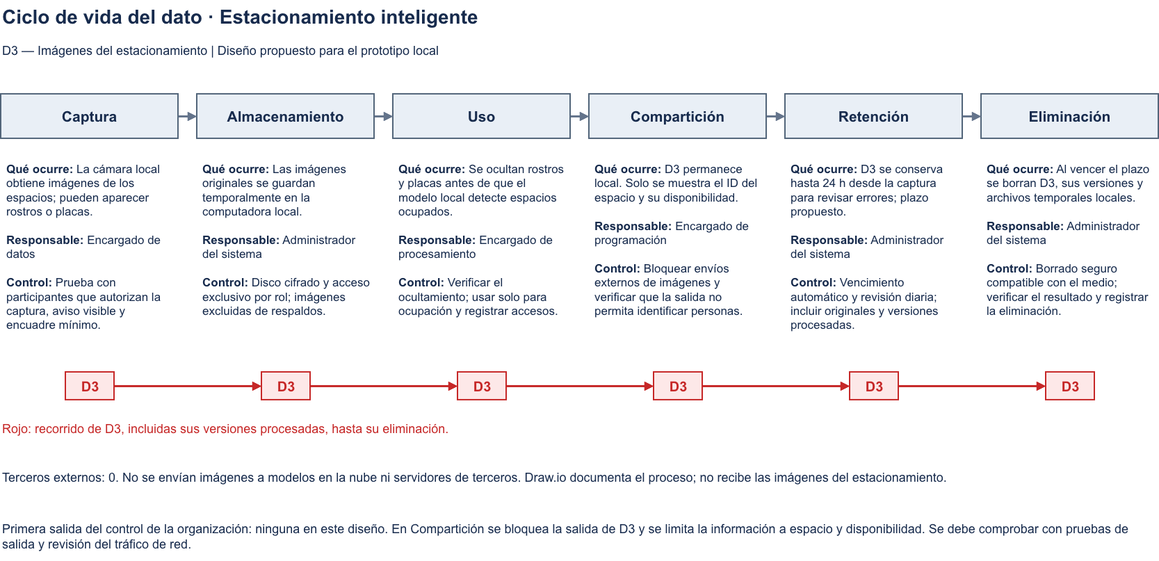
Before: laboratorios/semana04/ciclo_vida_dato_proyecto.png, a diagram exported from draw.io (axelemiliano008-spec/ia-aplicada-2026). Source tidied: cells renumbered, new cells last; positions are measured from the earlier drawing's top-left corner, leaving out a move shared by most shapes.
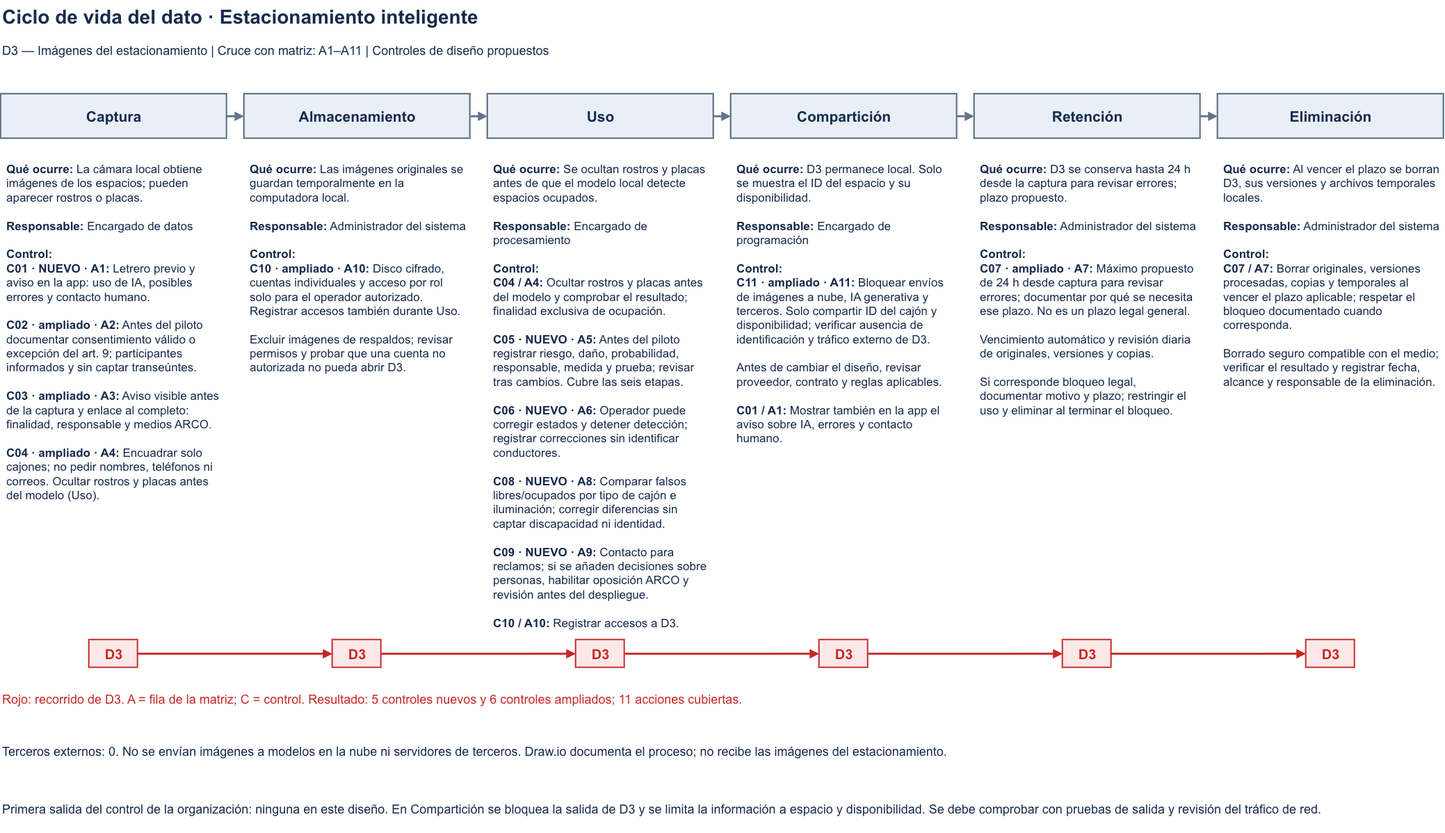
After the change.

Commit message:
Semana 4: cruza matriz y diagrama de ciclo de vida

Añade cinco controles nuevos y amplía seis existentes. Relaciona las once acciones de la matriz con controles y etapas, actualiza el PNG editable e incorpora el reporte de validación.

Diff of the diagram source:
```diff
@@ -3,28 +3,28 @@
     <mxCell id="0" />
     <mxCell id="1" parent="0" />
     <mxCell id="2" value="Ciclo de vida del dato · Estacionamiento inteligente" style="text;html=1;whiteSpace=wrap;align=left;verticalAlign=middle;fontFamily=Arial;fontColor=#172B4D;fontSize=28;fontStyle=1;" parent="1" vertex="1">
-      <mxGeometry width="1650" height="48" as="geometry" />
+      <mxGeometry width="2075" height="48" as="geometry" />
     </mxCell>
-    <mxCell id="3" value="D3 — Imágenes del estacionamiento | Diseño propuesto para el prototipo local" style="text;html=1;whiteSpace=wrap;align=left;verticalAlign=middle;fontFamily=Arial;fontColor=#172B4D;fontSize=18;" parent="1" vertex="1">
-      <mxGeometry y="57" width="1650" height="32" as="geometry" />
+    <mxCell id="3" value="D3 — Imágenes del estacionamiento | Cruce con matriz: A1–A11 | Controles de diseño propuestos" style="text;html=1;whiteSpace=wrap;align=left;verticalAlign=middle;fontFamily=Arial;fontColor=#172B4D;fontSize=18;" parent="1" vertex="1">
+      <mxGeometry y="57" width="2075" height="32" as="geometry" />
     </mxCell>
     <mxCell id="4" value="Captura" style="rounded=0;whiteSpace=wrap;html=1;fillColor=#E9EFF6;strokeColor=#52657A;strokeWidth=2;fontFamily=Arial;fontSize=21;fontStyle=1;fontColor=#172B4D;" parent="1" vertex="1">
-      <mxGeometry y="135" width="255" height="64" as="geometry" />
+      <mxGeometry y="135" width="325" height="64" as="geometry" />
     </mxCell>
-    <mxCell id="5" value="&lt;b&gt;Qué ocurre:&lt;/b&gt; La cámara local obtiene imágenes de los espacios; pueden aparecer rostros o placas.&lt;br&gt;&lt;br&gt;&lt;b&gt;Responsable:&lt;/b&gt; Encargado de datos&lt;br&gt;&lt;br&gt;&lt;b&gt;Control:&lt;/b&gt; Prueba con participantes que autorizan la captura, aviso visible y encuadre mínimo." style="text;html=1;whiteSpace=wrap;align=left;verticalAlign=middle;fontFamily=Arial;fontColor=#172B4D;fontSize=17;verticalAlign=top;spacing=8;" parent="1" vertex="1">
-      <mxGeometry y="221" width="255" height="275" as="geometry" />
+    <mxCell id="5" value="&lt;b&gt;Qué ocurre:&lt;/b&gt; La cámara local obtiene imágenes de los espacios; pueden aparecer rostros o placas.&lt;br&gt;&lt;br&gt;&lt;b&gt;Responsable:&lt;/b&gt; Encargado de datos&lt;br&gt;&lt;br&gt;&lt;b&gt;Control:&lt;/b&gt;&lt;br&gt;&lt;b&gt;C01 · NUEVO · A1:&lt;/b&gt; Letrero previo y aviso en la app: uso de IA, posibles errores y contacto humano.&lt;br&gt;&lt;br&gt;&lt;b&gt;C02 · ampliado · A2:&lt;/b&gt; Antes del piloto documentar consentimiento válido o excepción del art. 9; participantes informados y sin captar transeúntes.&lt;br&gt;&lt;br&gt;&lt;b&gt;C03 · ampliado · A3:&lt;/b&gt; Aviso visible antes de la captura y enlace al completo: finalidad, responsable y medios ARCO.&lt;br&gt;&lt;br&gt;&lt;b&gt;C04 · ampliado · A4:&lt;/b&gt; Encuadrar solo cajones; no pedir nombres, teléfonos ni correos. Ocultar rostros y placas antes del modelo (Uso)." style="text;html=1;whiteSpace=wrap;align=left;verticalAlign=middle;fontFamily=Arial;fontColor=#172B4D;fontSize=17;verticalAlign=top;spacing=8;" parent="1" vertex="1">
+      <mxGeometry y="221" width="325" height="680" as="geometry" />
     </mxCell>
     <mxCell id="6" value="D3" style="rounded=0;html=1;fillColor=#FDE8E8;strokeColor=#C62828;strokeWidth=2;fontFamily=Arial;fontSize=20;fontStyle=1;fontColor=#C62828;" parent="1" vertex="1">
-      <mxGeometry x="93" y="535" width="70" height="40" as="geometry" />
+      <mxGeometry x="127" y="920" width="70" height="40" as="geometry" />
     </mxCell>
     <mxCell id="7" value="Almacenamiento" style="rounded=0;whiteSpace=wrap;html=1;fillColor=#E9EFF6;strokeColor=#52657A;strokeWidth=2;fontFamily=Arial;fontSize=21;fontStyle=1;fontColor=#172B4D;" parent="1" vertex="1">
-      <mxGeometry x="282" y="135" width="255" height="64" as="geometry" />
+      <mxGeometry x="350" y="135" width="325" height="64" as="geometry" />
     </mxCell>
-    <mxCell id="8" value="&lt;b&gt;Qué ocurre:&lt;/b&gt; Las imágenes originales se guardan temporalmente en la computadora local.&lt;br&gt;&lt;br&gt;&lt;b&gt;Responsable:&lt;/b&gt; Administrador del sistema&lt;br&gt;&lt;br&gt;&lt;b&gt;Control:&lt;/b&gt; Disco cifrado y acceso exclusivo por rol; imágenes excluidas de respaldos." style="text;html=1;whiteSpace=wrap;align=left;verticalAlign=middle;fontFamily=Arial;fontColor=#172B4D;fontSize=17;verticalAlign=top;spacing=8;" parent="1" vertex="1">
-      <mxGeometry x="282" y="221" width="255" height="275" as="geometry" />
+    <mxCell id="8" value="&lt;b&gt;Qué ocurre:&lt;/b&gt; Las imágenes originales se guardan temporalmente en la computadora local.&lt;br&gt;&lt;br&gt;&lt;b&gt;Responsable:&lt;/b&gt; Administrador del sistema&lt;br&gt;&lt;br&gt;&lt;b&gt;Control:&lt;/b&gt;&lt;br&gt;&lt;b&gt;C10 · ampliado · A10:&lt;/b&gt; Disco cifrado, cuentas individuales y acceso por rol solo para el operador autorizado. Registrar accesos también durante Uso.&lt;br&gt;&lt;br&gt;Excluir imágenes de respaldos; revisar permisos y probar que una cuenta no autorizada no pueda abrir D3." style="text;html=1;whiteSpace=wrap;align=left;verticalAlign=middle;fontFamily=Arial;fontColor=#172B4D;fontSize=17;verticalAlign=top;spacing=8;" parent="1" vertex="1">
+      <mxGeometry x="350" y="221" width="325" height="680" as="geometry" />
     </mxCell>
     <mxCell id="9" value="D3" style="rounded=0;html=1;fillColor=#FDE8E8;strokeColor=#C62828;strokeWidth=2;fontFamily=Arial;fontSize=20;fontStyle=1;fontColor=#C62828;" parent="1" vertex="1">
-      <mxGeometry x="375" y="535" width="70" height="40" as="geometry" />
+      <mxGeometry x="477" y="920" width="70" height="40" as="geometry" />
     </mxCell>
     <mxCell id="10" style="edgeStyle=orthogonalEdgeStyle;rounded=0;html=1;endArrow=block;endFill=1;strokeWidth=3;strokeColor=#64748B;" parent="1" edge="1" source="4" target="7">
       <mxGeometry relative="1" as="geometry" />
@@ -33,13 +33,13 @@
       <mxGeometry relative="1" as="geometry" />
     </mxCell>
     <mxCell id="12" value="Uso" style="rounded=0;whiteSpace=wrap;html=1;fillColor=#E9EFF6;strokeColor=#52657A;strokeWidth=2;fontFamily=Arial;fontSize=21;fontStyle=1;fontColor=#172B4D;" parent="1" vertex="1">
-      <mxGeometry x="564" y="135" width="255" height="64" as="geometry" />
+      <mxGeometry x="700" y="135" width="325" height="64" as="geometry" />
     </mxCell>
-    <mxCell id="13" value="&lt;b&gt;Qué ocurre:&lt;/b&gt; Se ocultan rostros y placas antes de que el modelo local detecte espacios ocupados.&lt;br&gt;&lt;br&gt;&lt;b&gt;Responsable:&lt;/b&gt; Encargado de procesamiento&lt;br&gt;&lt;br&gt;&lt;b&gt;Control:&lt;/b&gt; Verificar el ocultamiento; usar solo para ocupación y registrar accesos." style="text;html=1;whiteSpace=wrap;align=left;verticalAlign=middle;fontFamily=Arial;fontColor=#172B4D;fontSize=17;verticalAlign=top;spacing=8;" parent="1" vertex="1">
-      <mxGeometry x="564" y="221" width="255" height="275" as="geometry" />
+    <mxCell id="13" value="&lt;b&gt;Qué ocurre:&lt;/b&gt; Se ocultan rostros y placas antes de que el modelo local detecte espacios ocupados.&lt;br&gt;&lt;br&gt;&lt;b&gt;Responsable:&lt;/b&gt; Encargado de procesamiento&lt;br&gt;&lt;br&gt;&lt;b&gt;Control:&lt;/b&gt;&lt;br&gt;&lt;b&gt;C04 / A4:&lt;/b&gt; Ocultar rostros y placas antes del modelo y comprobar el resultado; finalidad exclusiva de ocupación.&lt;br&gt;&lt;br&gt;&lt;b&gt;C05 · NUEVO · A5:&lt;/b&gt; Antes del piloto registrar riesgo, daño, probabilidad, responsable, medida y prueba; revisar tras cambios. Cubre las seis etapas.&lt;br&gt;&lt;br&gt;&lt;b&gt;C06 · NUEVO · A6:&lt;/b&gt; Operador puede corregir estados y detener detección; registrar correcciones sin identificar conductores.&lt;br&gt;&lt;br&gt;&lt;b&gt;C08 · NUEVO · A8:&lt;/b&gt; Comparar falsos libres/ocupados por tipo de cajón e iluminación; corregir diferencias sin captar discapacidad ni identidad.&lt;br&gt;&lt;br&gt;&lt;b&gt;C09 · NUEVO · A9:&lt;/b&gt; Contacto para reclamos; si se añaden decisiones sobre personas, habilitar oposición ARCO y revisión antes del despliegue.&lt;br&gt;&lt;br&gt;&lt;b&gt;C10 / A10:&lt;/b&gt; Registrar accesos a D3." style="text;html=1;whiteSpace=wrap;align=left;verticalAlign=middle;fontFamily=Arial;fontColor=#172B4D;fontSize=17;verticalAlign=top;spacing=8;" parent="1" vertex="1">
+      <mxGeometry x="700" y="221" width="325" height="680" as="geometry" />
     </mxCell>
     <mxCell id="14" value="D3" style="rounded=0;html=1;fillColor=#FDE8E8;strokeColor=#C62828;strokeWidth=2;fontFamily=Arial;fontSize=20;fontStyle=1;fontColor=#C62828;" parent="1" vertex="1">
-      <mxGeometry x="657" y="535" width="70" height="40" as="geometry" />
+      <mxGeometry x="827" y="920" width="70" height="40" as="geometry" />
     </mxCell>
     <mxCell id="15" style="edgeStyle=orthogonalEdgeStyle;rounded=0;html=1;endArrow=block;endFill=1;strokeWidth=3;strokeColor=#64748B;" parent="1" edge="1" source="7" target="12">
       <mxGeometry relative="1" as="geometry" />
@@ -48,13 +48,13 @@
       <mxGeometry relative="1" as="geometry" />
     </mxCell>
     <mxCell id="17" value="Compartición" style="rounded=0;whiteSpace=wrap;html=1;fillColor=#E9EFF6;strokeColor=#52657A;strokeWidth=2;fontFamily=Arial;fontSize=21;fontStyle=1;fontColor=#172B4D;" parent="1" vertex="1">
-      <mxGeometry x="846" y="135" width="255" height="64" as="geometry" />
+      <mxGeometry x="1050" y="135" width="325" height="64" as="geometry" />
     </mxCell>
-    <mxCell id="18" value="&lt;b&gt;Qué ocurre:&lt;/b&gt; D3 permanece local. Solo se muestra el ID del espacio y su disponibilidad.&lt;br&gt;&lt;br&gt;&lt;b&gt;Responsable:&lt;/b&gt; Encargado de programación&lt;br&gt;&lt;br&gt;&lt;b&gt;Control:&lt;/b&gt; Bloquear envíos externos de imágenes y verificar que la salida no permita identificar personas." style="text;html=1;whiteSpace=wrap;align=left;verticalAlign=middle;fontFamily=Arial;fontColor=#172B4D;fontSize=17;verticalAlign=top;spacing=8;" parent="1" vertex="1">
-      <mxGeometry x="846" y="221" width="255" height="275" as="geometry" />
+    <mxCell id="18" value="&lt;b&gt;Qué ocurre:&lt;/b&gt; D3 permanece local. Solo se muestra el ID del espacio y su disponibilidad.&lt;br&gt;&lt;br&gt;&lt;b&gt;Responsable:&lt;/b&gt; Encargado de programación&lt;br&gt;&lt;br&gt;&lt;b&gt;Control:&lt;/b&gt;&lt;br&gt;&lt;b&gt;C11 · ampliado · A11:&lt;/b&gt; Bloquear envíos de imágenes a nube, IA generativa y terceros. Solo compartir ID del cajón y disponibilidad; verificar ausencia de identificación y tráfico externo de D3.&lt;br&gt;&lt;br&gt;Antes de cambiar el diseño, revisar proveedor, contrato y reglas aplicables.&lt;br&gt;&lt;br&gt;&lt;b&gt;C01 / A1:&lt;/b&gt; Mostrar también en la app el aviso sobre IA, errores y contacto humano." style="text;html=1;whiteSpace=wrap;align=left;verticalAlign=middle;fontFamily=Arial;fontColor=#172B4D;fontSize=17;verticalAlign=top;spacing=8;" parent="1" vertex="1">
+      <mxGeometry x="1050" y="221" width="325" height="680" as="geometry" />
     </mxCell>
     <mxCell id="19" value="D3" style="rounded=0;html=1;fillColor=#FDE8E8;strokeColor=#C62828;strokeWidth=2;fontFamily=Arial;fontSize=20;fontStyle=1;fontColor=#C62828;" parent="1" vertex="1">
-      <mxGeometry x="939" y="535" width="70" height="40" as="geometry" />
+      <mxGeometry x="1177" y="920" width="70" height="40" as="geometry" />
     </mxCell>
     <mxCell id="20" style="edgeStyle=orthogonalEdgeStyle;rounded=0;html=1;endArrow=block;endFill=1;strokeWidth=3;strokeColor=#64748B;" parent="1" edge="1" source="12" target="17">
       <mxGeometry relative="1" as="geometry" />
@@ -63,13 +63,13 @@
       <mxGeometry relative="1" as="geometry" />
     </mxCell>
     <mxCell id="22" value="Retención" style="rounded=0;whiteSpace=wrap;html=1;fillColor=#E9EFF6;strokeColor=#52657A;strokeWidth=2;fontFamily=Arial;fontSize=21;fontStyle=1;fontColor=#172B4D;" parent="1" vertex="1">
-      <mxGeometry x="1128" y="135" width="255" height="64" as="geometry" />
+      <mxGeometry x="1400" y="135" width="325" height="64" as="geometry" />
     </mxCell>
-    <mxCell id="23" value="&lt;b&gt;Qué ocurre:&lt;/b&gt; D3 se conserva hasta 24 h desde la captura para revisar errores; plazo propuesto.&lt;br&gt;&lt;br&gt;&lt;b&gt;Responsable:&lt;/b&gt; Administrador del sistema&lt;br&gt;&lt;br&gt;&lt;b&gt;Control:&lt;/b&gt; Vencimiento automático y revisión diaria; incluir originales y versiones procesadas." style="text;html=1;whiteSpace=wrap;align=left;verticalAlign=middle;fontFamily=Arial;fontColor=#172B4D;fontSize=17;verticalAlign=top;spacing=8;" parent="1" vertex="1">
-      <mxGeometry x="1128" y="221" width="255" height="275" as="geometry" />
+    <mxCell id="23" value="&lt;b&gt;Qué ocurre:&lt;/b&gt; D3 se conserva hasta 24 h desde la captura para revisar errores; plazo propuesto.&lt;br&gt;&lt;br&gt;&lt;b&gt;Responsable:&lt;/b&gt; Administrador del sistema&lt;br&gt;&lt;br&gt;&lt;b&gt;Control:&lt;/b&gt;&lt;br&gt;&lt;b&gt;C07 · ampliado · A7:&lt;/b&gt; Máximo propuesto de 24 h desde captura para revisar errores; documentar por qué se necesita ese plazo. No es un plazo legal general.&lt;br&gt;&lt;br&gt;Vencimiento automático y revisión diaria de originales, versiones y copias.&lt;br&gt;&lt;br&gt;Si corresponde bloqueo legal, documentar motivo y plazo; restringir el uso y eliminar al terminar el bloqueo." style="text;html=1;whiteSpace=wrap;align=left;verticalAlign=middle;fontFamily=Arial;fontColor=#172B4D;fontSize=17;verticalAlign=top;spacing=8;" parent="1" vertex="1">
+      <mxGeometry x="1400" y="221" width="325" height="680" as="geometry" />
     </mxCell>
     <mxCell id="24" value="D3" style="rounded=0;html=1;fillColor=#FDE8E8;strokeColor=#C62828;strokeWidth=2;fontFamily=Arial;fontSize=20;fontStyle=1;fontColor=#C62828;" parent="1" vertex="1">
-      <mxGeometry x="1221" y="535" width="70" height="40" as="geometry" />
+      <mxGeometry x="1527" y="920" width="70" height="40" as="geometry" />
     </mxCell>
     <mxCell id="25" style="edgeStyle=orthogonalEdgeStyle;rounded=0;html=1;endArrow=block;endFill=1;strokeWidth=3;strokeColor=#64748B;" parent="1" edge="1" source="17" target="22">
       <mxGeometry relative="1" as="geometry" />
@@ -78,13 +78,13 @@
       <mxGeometry relative="1" as="geometry" />
     </mxCell>
     <mxCell id="27" value="Eliminación" style="rounded=0;whiteSpace=wrap;html=1;fillColor=#E9EFF6;strokeColor=#52657A;strokeWidth=2;fontFamily=Arial;fontSize=21;fontStyle=1;fontColor=#172B4D;" parent="1" vertex="1">
-      <mxGeometry x="1410" y="135" width="255" height="64" as="geometry" />
+      <mxGeometry x="1750" y="135" width="325" height="64" as="geometry" />
     </mxCell>
-    <mxCell id="28" value="&lt;b&gt;Qué ocurre:&lt;/b&gt; Al vencer el plazo se borran D3, sus versiones y archivos temporales locales.&lt;br&gt;&lt;br&gt;&lt;b&gt;Responsable:&lt;/b&gt; Administrador del sistema&lt;br&gt;&lt;br&gt;&lt;b&gt;Control:&lt;/b&gt; Borrado seguro compatible con el medio; verificar el resultado y registrar la eliminación." style="text;html=1;whiteSpace=wrap;align=left;verticalAlign=middle;fontFamily=Arial;fontColor=#172B4D;fontSize=17;verticalAlign=top;spacing=8;" parent="1" vertex="1">
-      <mxGeometry x="1410" y="221" width="255" height="275" as="geometry" />
+    <mxCell id="28" value="&lt;b&gt;Qué ocurre:&lt;/b&gt; Al vencer el plazo se borran D3, sus versiones y archivos temporales locales.&lt;br&gt;&lt;br&gt;&lt;b&gt;Responsable:&lt;/b&gt; Administrador del sistema&lt;br&gt;&lt;br&gt;&lt;b&gt;Control:&lt;/b&gt;&lt;br&gt;&lt;b&gt;C07 / A7:&lt;/b&gt; Borrar originales, versiones procesadas, copias y temporales al vencer el plazo aplicable; respetar el bloqueo documentado cuando corresponda.&lt;br&gt;&lt;br&gt;Borrado seguro compatible con el medio; verificar el resultado y registrar fecha, alcance y responsable de la eliminación." style="text;html=1;whiteSpace=wrap;align=left;verticalAlign=middle;fontFamily=Arial;fontColor=#172B4D;fontSize=17;verticalAlign=top;spacing=8;" parent="1" vertex="1">
+      <mxGeometry x="1750" y="221" width="325" height="680" as="geometry" />
     </mxCell>
     <mxCell id="29" value="D3" style="rounded=0;html=1;fillColor=#FDE8E8;strokeColor=#C62828;strokeWidth=2;fontFamily=Arial;fontSize=20;fontStyle=1;fontColor=#C62828;" parent="1" vertex="1">
-      <mxGeometry x="1503" y="535" width="70" height="40" as="geometry" />
+      <mxGeometry x="1877" y="920" width="70" height="40" as="geometry" />
     </mxCell>
     <mxCell id="30" style="edgeStyle=orthogonalEdgeStyle;rounded=0;html=1;endArrow=block;endFill=1;strokeWidth=3;strokeColor=#64748B;" parent="1" edge="1" source="22" target="27">
       <mxGeometry relative="1" as="geometry" />
@@ -92,14 +92,14 @@
     <mxCell id="31" style="edgeStyle=orthogonalEdgeStyle;rounded=0;html=1;endArrow=block;endFill=1;strokeWidth=3;strokeColor=#C62828;" parent="1" edge="1" source="24" target="29">
       <mxGeometry relative="1" as="geometry" />
     </mxCell>
-    <mxCell id="32" value="Rojo: recorrido de D3, incluidas sus versiones procesadas, hasta su eliminación." style="text;html=1;whiteSpace=wrap;align=left;verticalAlign=middle;fontFamily=Arial;fontColor=#172B4D;fontSize=18;fontColor=#C62828;" parent="1" vertex="1">
-      <mxGeometry y="599" width="1650" height="36" as="geometry" />
+    <mxCell id="32" value="Rojo: recorrido de D3. A = fila de la matriz; C = control. Resultado: 5 controles nuevos y 6 controles ampliados; 11 acciones cubiertas." style="text;html=1;whiteSpace=wrap;align=left;verticalAlign=middle;fontFamily=Arial;fontColor=#172B4D;fontSize=18;fontColor=#C62828;" parent="1" vertex="1">
+      <mxGeometry y="985" width="2075" height="42" as="geometry" />
     </mxCell>
     <mxCell id="33" value="Terceros externos: 0. No se envían imágenes a modelos en la nube ni servidores de terceros. Draw.io documenta el proceso; no recibe las imágenes del estacionamiento." style="text;html=1;whiteSpace=wrap;align=left;verticalAlign=middle;fontFamily=Arial;fontColor=#172B4D;fontSize=18;" parent="1" vertex="1">
-      <mxGeometry y="656" width="1665" height="62" as="geometry" />
+      <mxGeometry y="1050" width="2075" height="62" as="geometry" />
     </mxCell>
     <mxCell id="34" value="Primera salida del control de la organización: ninguna en este diseño. En Compartición se bloquea la salida de D3 y se limita la información a espacio y disponibilidad. Se debe comprobar con pruebas de salida y revisión del tráfico de red." style="text;html=1;whiteSpace=wrap;align=left;verticalAlign=middle;fontFamily=Arial;fontColor=#172B4D;fontSize=18;" parent="1" vertex="1">
-      <mxGeometry y="738" width="1665" height="68" as="geometry" />
+      <mxGeometry y="1130" width="2075" height="68" as="geometry" />
     </mxCell>
   </root>
 </mxGraphModel>
```
